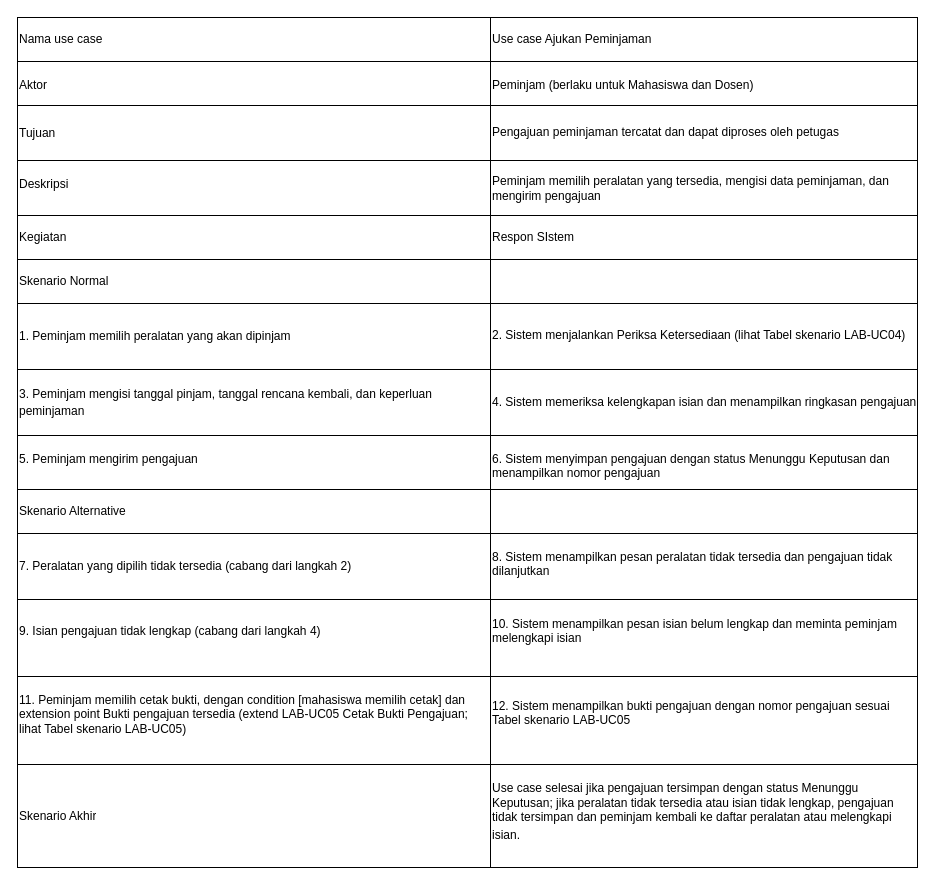
2406033-Faisal/IFRWP5149_2406033_LabAlat keeps this draw.io diagram as page "Page-3" (3 of 12) of 04_model_analisis/P05/LAB/P05_2406033_LAB_skenario_v01.drawio. Above is the earlier version. Source tidied: cells renumbered, new cells numbered last; positions are measured from the earlier drawing's top-left corner, leaving out a move shared by most shapes. Both pictures are drawn from the tidied source at 100%, with x=0, y=0 at pixel (17, 17).
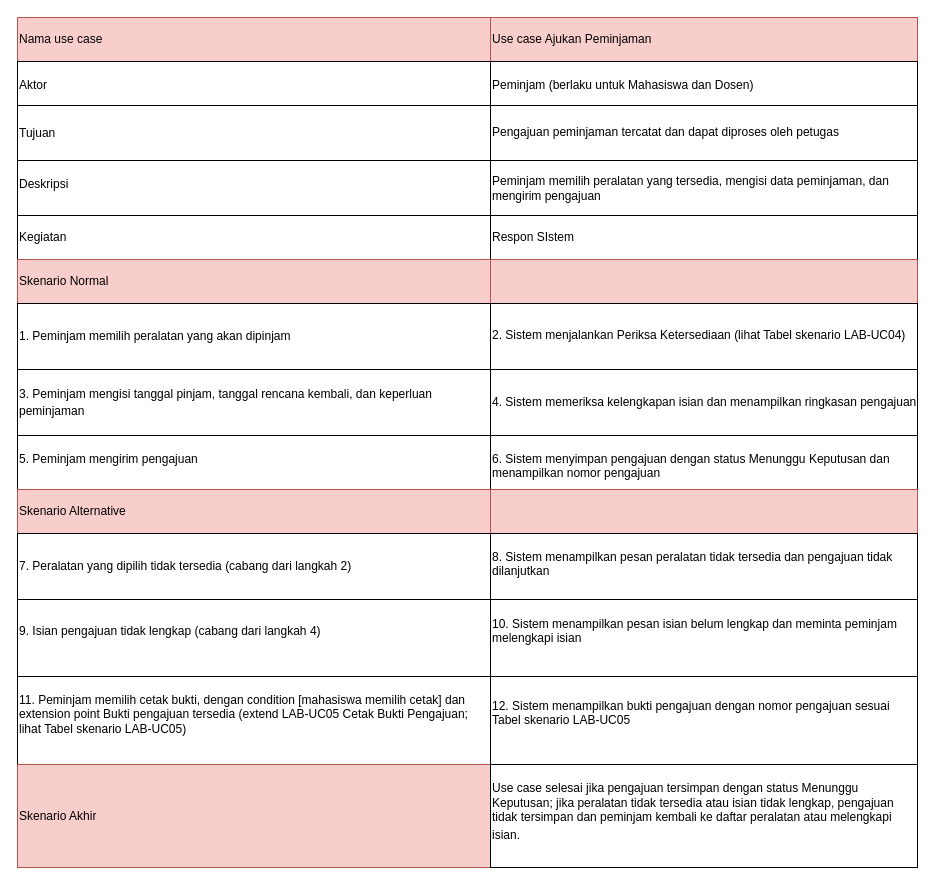
The same diagram, later.

The change refers to these unchanged cells:
```xml
<mxCell id="3" style="shape=tableRow;horizontal=0;startSize=0;swimlaneHead=0;swimlaneBody=0;strokeColor=inherit;fillColor=none;fixedHeader=1;fontFamily=Helvetica;align=left;" parent="2" vertex="1">
  <mxGeometry width="900" height="44" as="geometry" />
</mxCell>
<mxCell id="18" style="shape=tableRow;horizontal=0;startSize=0;swimlaneHead=0;swimlaneBody=0;strokeColor=inherit;fillColor=none;fixedHeader=1;fontFamily=Helvetica;align=left;" parent="2" vertex="1">
  <mxGeometry y="242" width="900" height="44" as="geometry" />
</mxCell>
<mxCell id="30" style="shape=tableRow;horizontal=0;startSize=0;swimlaneHead=0;swimlaneBody=0;strokeColor=inherit;fillColor=none;fixedHeader=1;fontFamily=Helvetica;align=left;" parent="2" vertex="1">
  <mxGeometry y="472" width="900" height="44" as="geometry" />
</mxCell>
<mxCell id="42" style="shape=tableRow;horizontal=0;startSize=0;swimlaneHead=0;swimlaneBody=0;strokeColor=inherit;fillColor=none;fixedHeader=1;align=left;fontFamily=Helvetica;fontStyle=1;" parent="2" vertex="1">
  <mxGeometry y="747" width="900" height="103" as="geometry" />
</mxCell>
```

What changed in the source:
```diff
@@
-    <mxCell id="4" value="Nama use case" style="shape=partialRectangle;html=1;whiteSpace=wrap;strokeColor=inherit;overflow=hidden;fillColor=none;align=left;fontFamily=Helvetica;fontStyle=0;" parent="3" vertex="1">
+    <mxCell id="4" value="Nama use case" style="shape=partialRectangle;html=1;whiteSpace=wrap;strokeColor=#b85450;overflow=hidden;fillColor=#f8cecc;align=left;fontFamily=Helvetica;fontStyle=0;" parent="3" vertex="1">
       <mxGeometry width="473" height="44" as="geometry" />
     </mxCell>
-    <mxCell id="5" value="Use case Ajukan Peminjaman" style="shape=partialRectangle;html=1;whiteSpace=wrap;strokeColor=inherit;overflow=hidden;fillColor=none;fontFamily=Helvetica;align=left;" parent="3" vertex="1">
+    <mxCell id="5" value="Use case Ajukan Peminjaman" style="shape=partialRectangle;html=1;whiteSpace=wrap;strokeColor=#b85450;overflow=hidden;fillColor=#f8cecc;fontFamily=Helvetica;align=left;" parent="3" vertex="1">
       <mxGeometry x="473" width="427" height="44" as="geometry" />
     </mxCell>
@@
-    <mxCell id="19" value="Skenario Normal" style="shape=partialRectangle;html=1;whiteSpace=wrap;strokeColor=inherit;overflow=hidden;fillColor=none;fontFamily=Helvetica;fontStyle=0;align=left;" parent="18" vertex="1">
+    <mxCell id="19" value="Skenario Normal" style="shape=partialRectangle;html=1;whiteSpace=wrap;strokeColor=#b85450;overflow=hidden;fillColor=#f8cecc;fontFamily=Helvetica;fontStyle=0;align=left;" parent="18" vertex="1">
       <mxGeometry width="473" height="44" as="geometry" />
     </mxCell>
-    <mxCell id="20" style="shape=partialRectangle;html=1;whiteSpace=wrap;strokeColor=inherit;overflow=hidden;fillColor=none;fontFamily=Helvetica;align=left;" parent="18" vertex="1">
+    <mxCell id="20" style="shape=partialRectangle;html=1;whiteSpace=wrap;strokeColor=#b85450;overflow=hidden;fillColor=#f8cecc;fontFamily=Helvetica;align=left;" parent="18" vertex="1">
       <mxGeometry x="473" width="427" height="44" as="geometry" />
     </mxCell>
@@
-    <mxCell id="31" value="Skenario Alternative" style="shape=partialRectangle;html=1;whiteSpace=wrap;strokeColor=inherit;overflow=hidden;fillColor=none;align=left;fontFamily=Helvetica;fontStyle=0;" parent="30" vertex="1">
+    <mxCell id="31" value="Skenario Alternative" style="shape=partialRectangle;html=1;whiteSpace=wrap;strokeColor=#b85450;overflow=hidden;fillColor=#f8cecc;align=left;fontFamily=Helvetica;fontStyle=0;" parent="30" vertex="1">
       <mxGeometry width="473" height="44" as="geometry" />
     </mxCell>
-    <mxCell id="32" style="shape=partialRectangle;html=1;whiteSpace=wrap;strokeColor=inherit;overflow=hidden;fillColor=none;fontFamily=Helvetica;align=left;" parent="30" vertex="1">
+    <mxCell id="32" style="shape=partialRectangle;html=1;whiteSpace=wrap;strokeColor=#b85450;overflow=hidden;fillColor=#f8cecc;fontFamily=Helvetica;align=left;" parent="30" vertex="1">
       <mxGeometry x="473" width="427" height="44" as="geometry" />
     </mxCell>
@@
-    <mxCell id="43" value="Skenario Akhir" style="shape=partialRectangle;html=1;whiteSpace=wrap;strokeColor=inherit;overflow=hidden;fillColor=none;align=left;fontStyle=0;fontFamily=Helvetica;" parent="42" vertex="1">
+    <mxCell id="43" value="Skenario Akhir" style="shape=partialRectangle;html=1;whiteSpace=wrap;strokeColor=#b85450;overflow=hidden;fillColor=#f8cecc;align=left;fontStyle=0;fontFamily=Helvetica;" parent="42" vertex="1">
       <mxGeometry width="473" height="103" as="geometry" />
     </mxCell>
```
